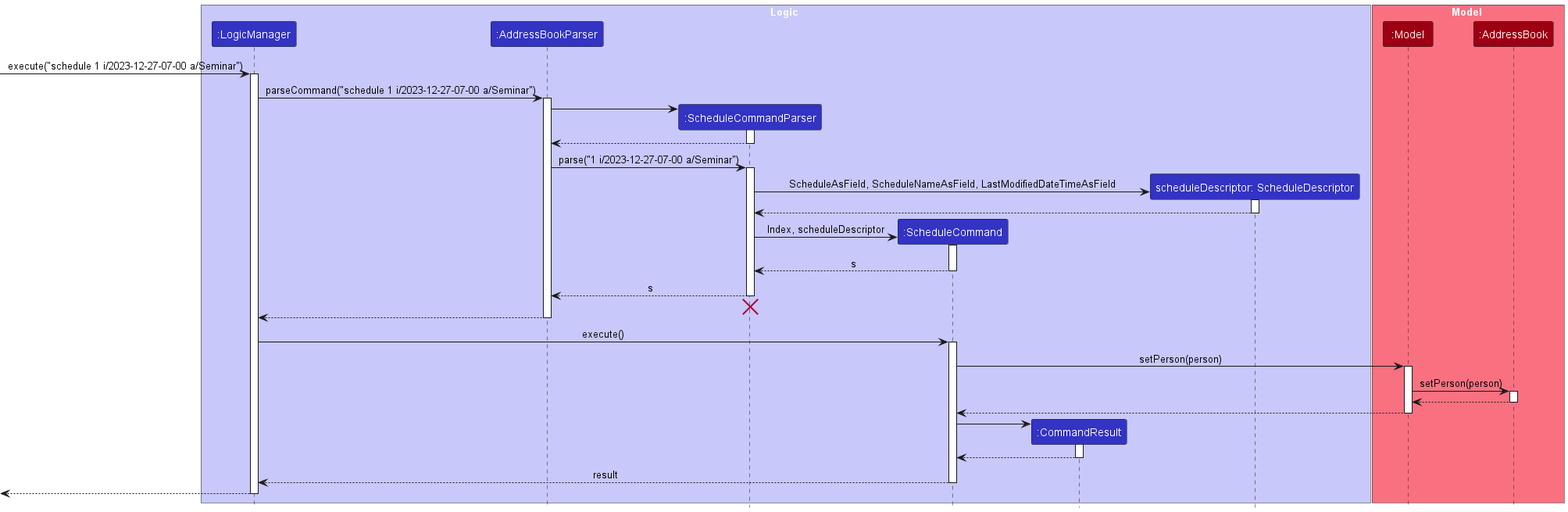
Before: docs/images/ScheduleSequenceDiagram.png, a diagram exported from PlantUML (xavierpok/tp).
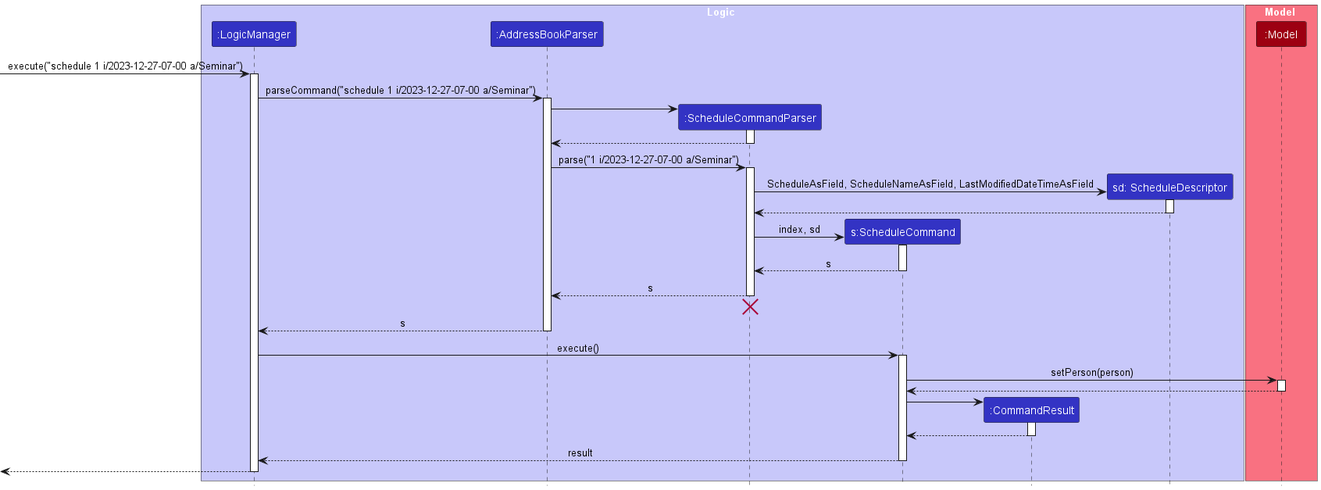
After the commit.

What changed in the source:
```diff
@@ -6,15 +6,14 @@
 participant ":LogicManager" as LogicManager LOGIC_COLOR
 participant ":AddressBookParser" as AddressBookParser LOGIC_COLOR
 participant ":ScheduleCommandParser" as ScheduleCommandParser LOGIC_COLOR
-participant ":ScheduleCommand" as ScheduleCommand LOGIC_COLOR
+participant "s:ScheduleCommand" as ScheduleCommand LOGIC_COLOR
 
 participant ":CommandResult" as CommandResult LOGIC_COLOR
-participant "scheduleDescriptor: ScheduleDescriptor" as Person LOGIC_COLOR
+participant "sd: ScheduleDescriptor" as Person LOGIC_COLOR
 end box
 
 box Model MODEL_COLOR_T1
 participant ":Model" as Model MODEL_COLOR
-participant ":AddressBook" as AddressBook MODEL_COLOR
 end box
 
 [-> LogicManager : execute("schedule 1 i/2023-12-27-07-00 a/Seminar")
@@ -43,7 +42,7 @@
 deactivate Person
 
 create ScheduleCommand
-ScheduleCommandParser -> ScheduleCommand : Index, scheduleDescriptor
+ScheduleCommandParser -> ScheduleCommand : index, sd
 activate ScheduleCommand
 
 ScheduleCommand --> ScheduleCommandParser : s
@@ -54,7 +53,7 @@
 ScheduleCommandParser -[hidden]-> AddressBookParser
 destroy ScheduleCommandParser
 
-AddressBookParser --> LogicManager
+AddressBookParser --> LogicManager : s
 deactivate AddressBookParser
 
 LogicManager -> ScheduleCommand : execute()
@@ -62,11 +61,8 @@
 
 ScheduleCommand -> Model : setPerson(person)
 activate Model
-Model -> AddressBook : setPerson(person)
 
-activate AddressBook
-AddressBook --> Model
-deactivate AddressBook
+
 
 Model --> ScheduleCommand
 deactivate Model
```
